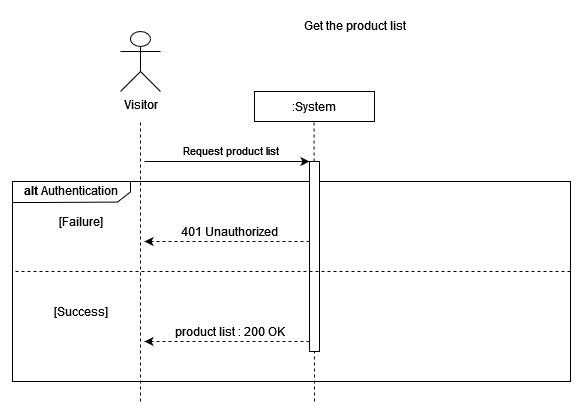
Above: diagrams/sequence diagrams/P7 - Sequence diagram-Get the product list.drawio.png in GN4RK/P7 (draw.io), before the change. Source tidied: cells renumbered, new cells last; positions are measured from the earlier drawing's top-left corner, leaving out a move shared by most shapes. Its diagram source:
```xml
<mxGraphModel>
  <root>
    <mxCell id="0" />
    <mxCell id="1" parent="0" />
    <mxCell id="2" style="verticalLabelPosition=bottom;verticalAlign=top;html=1;shape=mxgraph.basic.rect;fillColor2=none;strokeWidth=1;size=20;indent=5;" parent="1" vertex="1">
      <mxGeometry x="2" y="171" width="558" height="200" as="geometry" />
    </mxCell>
    <mxCell id="3" style="endArrow=none;dashed=1;html=1;rounded=0;" parent="1" edge="1">
      <mxGeometry relative="1" as="geometry">
        <mxPoint x="130" y="391" as="sourcePoint" />
        <mxPoint x="130" y="111" as="targetPoint" />
      </mxGeometry>
    </mxCell>
    <mxCell id="4" value=":System" style="rounded=0;whiteSpace=wrap;html=1;" parent="1" vertex="1">
      <mxGeometry x="244" y="81" width="120" height="30" as="geometry" />
    </mxCell>
    <mxCell id="5" style="endArrow=none;dashed=1;html=1;rounded=0;" parent="1" edge="1">
      <mxGeometry relative="1" as="geometry">
        <mxPoint x="304" y="391" as="sourcePoint" />
        <mxPoint x="303.5" y="111" as="targetPoint" />
      </mxGeometry>
    </mxCell>
    <mxCell id="6" style="endArrow=classic;html=1;rounded=0;entryX=0;entryY=0;entryDx=0;entryDy=0;" parent="1" edge="1">
      <mxGeometry relative="1" as="geometry">
        <mxPoint x="134" y="151" as="sourcePoint" />
        <mxPoint x="299" y="151" as="targetPoint" />
      </mxGeometry>
    </mxCell>
    <mxCell id="7" value="Request product list" style="edgeLabel;html=1;align=center;verticalAlign=middle;" parent="6" vertex="1">
      <mxGeometry x="-0.2" y="2" relative="1" as="geometry">
        <mxPoint x="19" y="-10" as="offset" />
      </mxGeometry>
    </mxCell>
    <mxCell id="8" style="rounded=0;whiteSpace=wrap;html=1;" parent="1" vertex="1">
      <mxGeometry x="299" y="151" width="10" height="190" as="geometry" />
    </mxCell>
    <mxCell id="9" style="endArrow=classic;html=1;rounded=0;exitX=0;exitY=0.75;exitDx=0;exitDy=0;dashed=1;" parent="1" edge="1">
      <mxGeometry relative="1" as="geometry">
        <mxPoint x="299" y="231" as="sourcePoint" />
        <mxPoint x="134" y="231" as="targetPoint" />
      </mxGeometry>
    </mxCell>
    <mxCell id="10" value="401 Unauthorized" style="text;html=1;align=center;verticalAlign=middle;strokeColor=none;fillColor=none;" parent="1" vertex="1">
      <mxGeometry x="159" y="206" width="120" height="30" as="geometry" />
    </mxCell>
    <mxCell id="11" style="verticalLabelPosition=bottom;verticalAlign=top;html=1;shape=mxgraph.basic.polygon;polyCoords=[[0,0],[1,0],[1,0.25],[1,0.5],[0.89,0.98],[0.25,1],[0,1],[0,0.25]];polyline=0;" parent="1" vertex="1">
      <mxGeometry x="2" y="171" width="118" height="21" as="geometry" />
    </mxCell>
    <mxCell id="12" value="&lt;b&gt;alt&lt;/b&gt; Authentication" style="text;html=1;align=center;verticalAlign=middle;strokeColor=none;fillColor=none;" parent="1" vertex="1">
      <mxGeometry y="165" width="120" height="30" as="geometry" />
    </mxCell>
    <mxCell id="13" value="[Failure]" style="text;html=1;align=center;verticalAlign=middle;strokeColor=none;fillColor=none;" parent="1" vertex="1">
      <mxGeometry x="40" y="201" width="60" height="20" as="geometry" />
    </mxCell>
    <mxCell id="14" style="endArrow=none;dashed=1;html=1;rounded=0;fontSize=12;" parent="1" edge="1">
      <mxGeometry relative="1" as="geometry">
        <mxPoint x="560" y="261" as="sourcePoint" />
        <mxPoint x="2" y="261" as="targetPoint" />
      </mxGeometry>
    </mxCell>
    <mxCell id="15" value="[Success]" style="text;html=1;align=center;verticalAlign=middle;strokeColor=none;fillColor=none;" parent="1" vertex="1">
      <mxGeometry x="35" y="291" width="70" height="20" as="geometry" />
    </mxCell>
    <mxCell id="16" style="endArrow=classic;html=1;rounded=0;exitX=0;exitY=0.75;exitDx=0;exitDy=0;dashed=1;" parent="1" edge="1">
      <mxGeometry relative="1" as="geometry">
        <mxPoint x="299" y="331" as="sourcePoint" />
        <mxPoint x="134" y="331" as="targetPoint" />
      </mxGeometry>
    </mxCell>
    <mxCell id="17" value="product list : 200 OK" style="text;html=1;align=center;verticalAlign=middle;strokeColor=none;fillColor=none;" parent="1" vertex="1">
      <mxGeometry x="154" y="306" width="130" height="30" as="geometry" />
    </mxCell>
    <mxCell id="18" value="Visitor" style="shape=umlActor;verticalLabelPosition=bottom;verticalAlign=top;html=1;" parent="1" vertex="1">
      <mxGeometry x="110" y="21" width="40" height="60" as="geometry" />
    </mxCell>
    <mxCell id="19" value="&lt;div&gt;Get the product list&lt;/div&gt;" style="text;html=1;align=center;verticalAlign=middle;strokeColor=none;fillColor=none;" parent="1" vertex="1">
      <mxGeometry x="279" width="130" height="30" as="geometry" />
    </mxCell>
  </root>
</mxGraphModel>
```
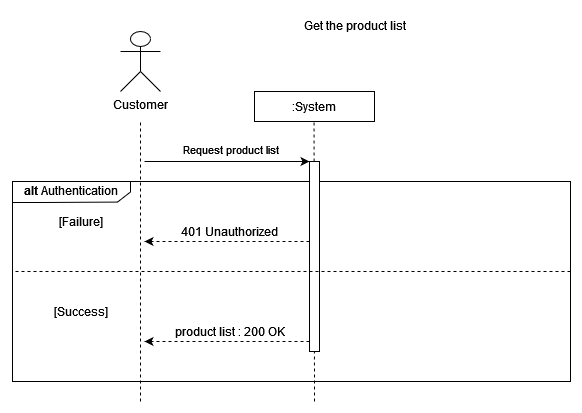
Later version of the same file.

Change to the diagram source:
```diff
@@ -70,7 +70,7 @@
     <mxCell id="17" value="product list : 200 OK" style="text;html=1;align=center;verticalAlign=middle;strokeColor=none;fillColor=none;" parent="1" vertex="1">
       <mxGeometry x="154" y="306" width="130" height="30" as="geometry" />
     </mxCell>
-    <mxCell id="18" value="Visitor" style="shape=umlActor;verticalLabelPosition=bottom;verticalAlign=top;html=1;" parent="1" vertex="1">
+    <mxCell id="18" value="Customer" style="shape=umlActor;verticalLabelPosition=bottom;verticalAlign=top;html=1;" parent="1" vertex="1">
       <mxGeometry x="110" y="21" width="40" height="60" as="geometry" />
     </mxCell>
     <mxCell id="19" value="&lt;div&gt;Get the product list&lt;/div&gt;" style="text;html=1;align=center;verticalAlign=middle;strokeColor=none;fillColor=none;" parent="1" vertex="1">
```
